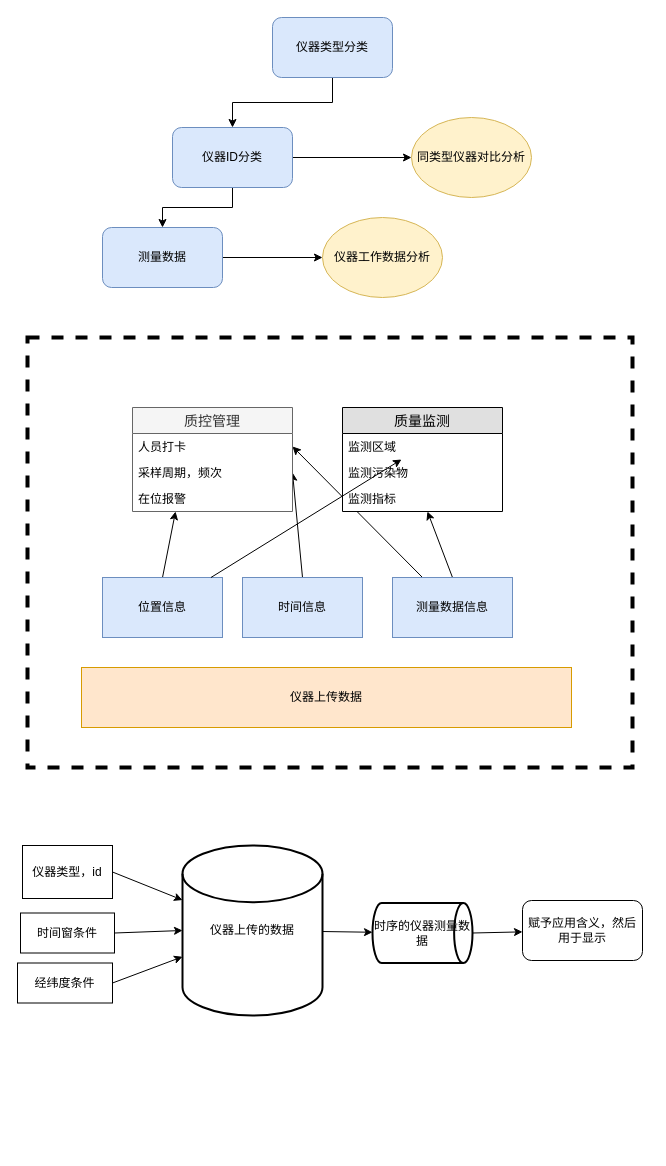
This is page "Page-2" (2 of 2) of bigdataFrame.drawio from lzdong0714/note, a draw.io file, before an edit. Source tidied: cells renumbered, new cells numbered last; positions are measured from the earlier drawing's top-left corner, leaving out a move shared by most shapes. Both pictures are drawn from the tidied source at 100%, with x=0, y=0 at pixel (17, 17).
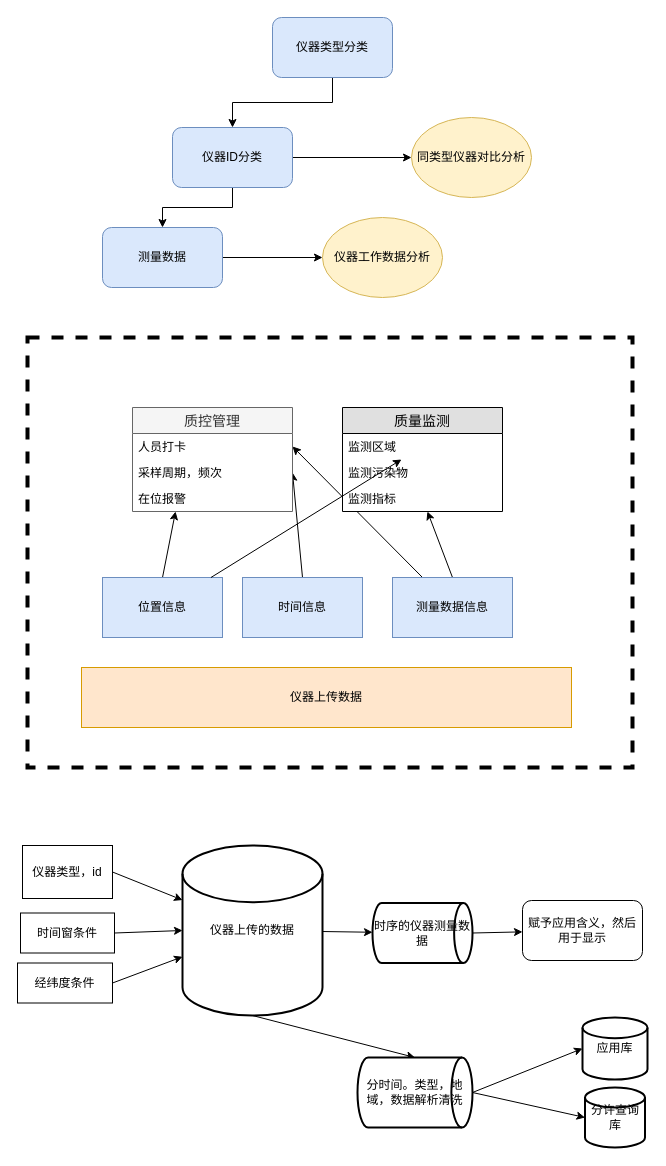
After the change.

Unchanged cells that the change refers to:
```xml
<mxCell id="36" value="仪器上传的数据" style="strokeWidth=2;html=1;shape=mxgraph.flowchart.database;whiteSpace=wrap;" parent="1" vertex="1">
  <mxGeometry x="165" y="828" width="140" height="170" as="geometry" />
</mxCell>
```

What changed in the source:
```diff
@@
+    <mxCell id="40" style="edgeStyle=none;rounded=0;jettySize=auto;html=1;exitX=0.5;exitY=1;exitDx=0;exitDy=0;exitPerimeter=0;entryX=0.5;entryY=0;entryDx=0;entryDy=0;entryPerimeter=0;" parent="1" edge="1" source="36" target="44">
+      <mxGeometry relative="1" as="geometry" />
+    </mxCell>
@@
+    <mxCell id="41" value="应用库" style="strokeWidth=2;html=1;shape=mxgraph.flowchart.database;whiteSpace=wrap;" parent="1" vertex="1">
+      <mxGeometry x="565" y="1000" width="65" height="62" as="geometry" />
+    </mxCell>
+    <mxCell id="42" style="edgeStyle=none;rounded=0;jettySize=auto;html=1;exitX=1;exitY=0.5;exitDx=0;exitDy=0;exitPerimeter=0;entryX=0;entryY=0.5;entryDx=0;entryDy=0;entryPerimeter=0;" parent="1" edge="1" source="44" target="41">
+      <mxGeometry relative="1" as="geometry" />
+    </mxCell>
+    <mxCell id="43" style="edgeStyle=none;rounded=0;jettySize=auto;html=1;exitX=1;exitY=0.5;exitDx=0;exitDy=0;exitPerimeter=0;entryX=0;entryY=0.5;entryDx=0;entryDy=0;entryPerimeter=0;" parent="1" edge="1" source="44" target="45">
+      <mxGeometry relative="1" as="geometry" />
+    </mxCell>
+    <mxCell id="44" value="分时间。类型，地域，数据解析清洗" style="strokeWidth=2;html=1;shape=mxgraph.flowchart.direct_data;whiteSpace=wrap;" parent="1" vertex="1">
+      <mxGeometry x="340" y="1040" width="115" height="70" as="geometry" />
+    </mxCell>
+    <mxCell id="45" value="分许查询库" style="strokeWidth=2;html=1;shape=mxgraph.flowchart.database;whiteSpace=wrap;" parent="1" vertex="1">
+      <mxGeometry x="567.5" y="1070" width="60" height="60" as="geometry" />
+    </mxCell>
```
